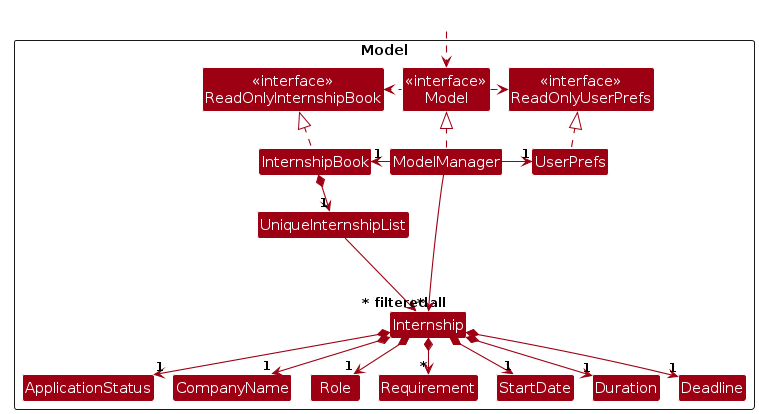
Before: diagrams/ModelClassDiagram.png, a diagram exported from PlantUML (AY2324S1-CS2103T-W17-1/tp). Its source is kept beside it as diagrams/ModelClassDiagram.puml.
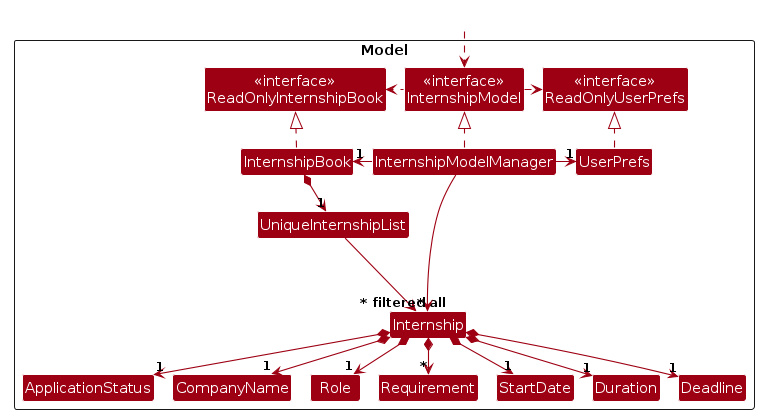
After the commit.

What changed in the source:
```diff
@@ -8,9 +8,9 @@
 Package Model as ModelPackage <<Rectangle>>{
 Class "<<interface>>\nReadOnlyInternshipBook" as ReadOnlyInternshipBook
 Class "<<interface>>\nReadOnlyUserPrefs" as ReadOnlyUserPrefs
-Class "<<interface>>\nModel" as Model
+Class "<<interface>>\nInternshipModel" as Model
 Class InternshipBook
-Class ModelManager
+Class InternshipModelManager
 Class UserPrefs
 
 Class UniqueInternshipList
@@ -31,11 +31,11 @@
 
 InternshipBook .up.|> ReadOnlyInternshipBook
 
-ModelManager .up.|> Model
+InternshipModelManager .up.|> Model
 Model .right.> ReadOnlyUserPrefs
 Model .left.> ReadOnlyInternshipBook
-ModelManager -left-> "1" InternshipBook
-ModelManager -right-> "1" UserPrefs
+InternshipModelManager -left-> "1" InternshipBook
+InternshipModelManager -right-> "1" UserPrefs
 UserPrefs .up.|> ReadOnlyUserPrefs
 
 InternshipBook *--> "1" UniqueInternshipList
@@ -51,5 +51,5 @@
 Internship -[hidden]up--> I
 UniqueInternshipList -[hidden]right-> I
 
-ModelManager --> "~* filtered" Internship
+InternshipModelManager --> "~* filtered" Internship
 @enduml
```
